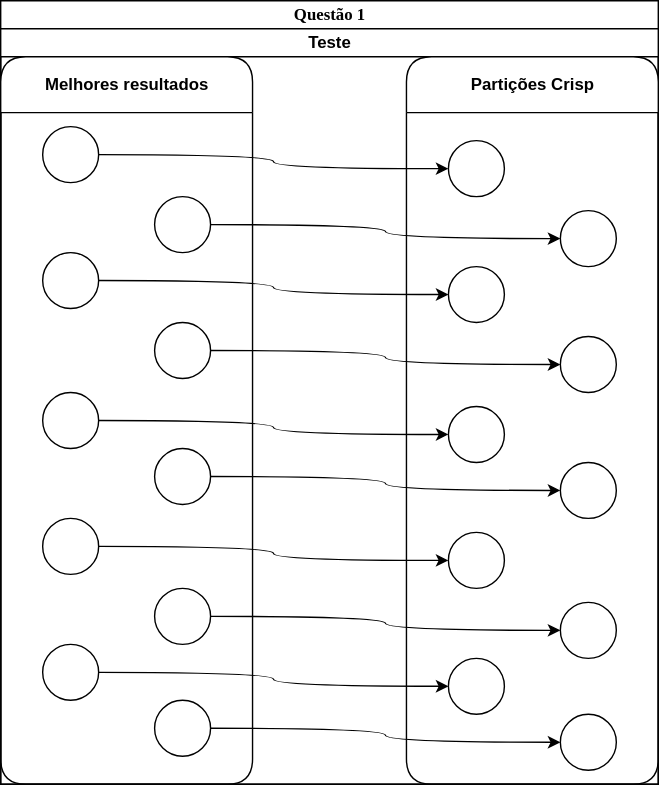
This is Projeto_Chico/projeto_final_3.svg from Zuluke/Projetos-AM, a draw.io export, as it was before one commit. Source tidied: cells renumbered, new cells last; positions are measured from the earlier drawing's top-left corner, leaving out a move shared by most shapes.
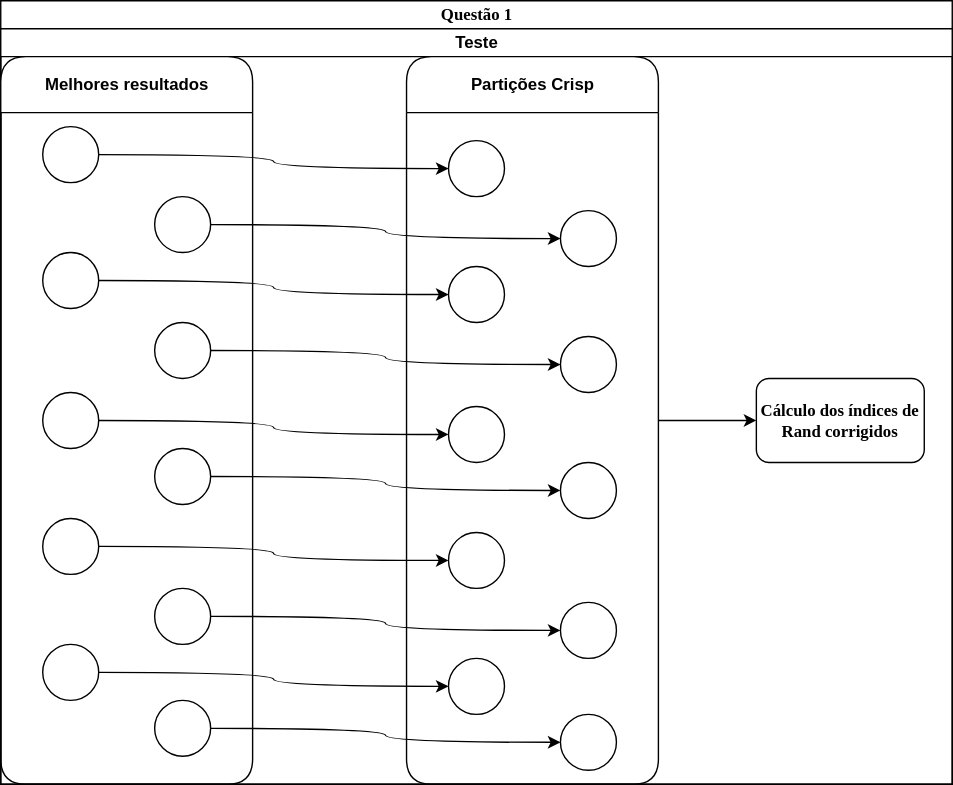
Later version of the same file.

Change to the diagram source:
```diff
@@ -3,7 +3,7 @@
     <mxCell id="0" />
     <mxCell id="1" parent="0" />
     <mxCell id="2" value="&lt;font style=&quot;font-size: 12px;&quot;&gt;Questão 1&lt;/font&gt;" style="swimlane;html=1;startSize=20;rounded=0;shadow=0;labelBackgroundColor=none;strokeWidth=1;fontFamily=Verdana;fontSize=8;align=center;" parent="1" vertex="1">
-      <mxGeometry width="470" height="560" as="geometry" />
+      <mxGeometry width="680" height="560" as="geometry" />
     </mxCell>
     <mxCell id="3" style="edgeStyle=orthogonalEdgeStyle;rounded=0;orthogonalLoop=1;jettySize=auto;html=1;exitX=1;exitY=0.5;exitDx=0;exitDy=0;entryX=0;entryY=0.5;entryDx=0;entryDy=0;" parent="2" edge="1">
       <mxGeometry relative="1" as="geometry">
@@ -21,7 +21,7 @@
       </mxGeometry>
     </mxCell>
     <mxCell id="6" value="Teste" style="swimlane;html=1;startSize=20;" parent="2" vertex="1">
-      <mxGeometry y="20" width="470" height="540" as="geometry" />
+      <mxGeometry y="20" width="680" height="540" as="geometry" />
     </mxCell>
     <mxCell id="7" value="Melhores resultados" style="swimlane;html=1;startSize=40;glass=0;swimlaneLine=1;rounded=1;shadow=0;swimlaneHead=1;" parent="6" vertex="1">
       <mxGeometry y="20" width="180" height="520" as="geometry" />
@@ -56,6 +56,9 @@
     <mxCell id="17" style="ellipse;whiteSpace=wrap;html=1;" parent="7" vertex="1">
       <mxGeometry x="110" y="190" width="40" height="40" as="geometry" />
     </mxCell>
+    <mxCell id="39" style="edgeStyle=orthogonalEdgeStyle;curved=1;rounded=0;jettySize=auto;html=1;exitX=1;exitY=0.5;exitDx=0;exitDy=0;entryX=0;entryY=0.5;entryDx=0;entryDy=0;" parent="6" edge="1" source="18" target="40">
+      <mxGeometry relative="1" as="geometry" />
+    </mxCell>
     <mxCell id="18" value="Partições Crisp" style="swimlane;html=1;startSize=40;glass=0;swimlaneLine=1;rounded=1;shadow=0;swimlaneHead=1;" parent="6" vertex="1">
       <mxGeometry x="290" y="20" width="180" height="520" as="geometry" />
     </mxCell>
@@ -119,5 +122,8 @@
     <mxCell id="38" style="edgeStyle=orthogonalEdgeStyle;curved=1;rounded=0;jettySize=auto;html=1;exitX=1;exitY=0.5;exitDx=0;exitDy=0;entryX=0;entryY=0.5;entryDx=0;entryDy=0;" parent="6" edge="1" source="16" target="27">
       <mxGeometry relative="1" as="geometry" />
     </mxCell>
+    <mxCell id="40" value="&lt;b&gt;&lt;font face=&quot;Verdana&quot; style=&quot;font-size: 12px;&quot;&gt;Cálculo dos índices de Rand corrigidos&lt;/font&gt;&lt;/b&gt;" style="rounded=1;whiteSpace=wrap;html=1;" parent="6" vertex="1">
+      <mxGeometry x="540" y="250" width="120" height="60" as="geometry" />
+    </mxCell>
   </root>
 </mxGraphModel>
```
